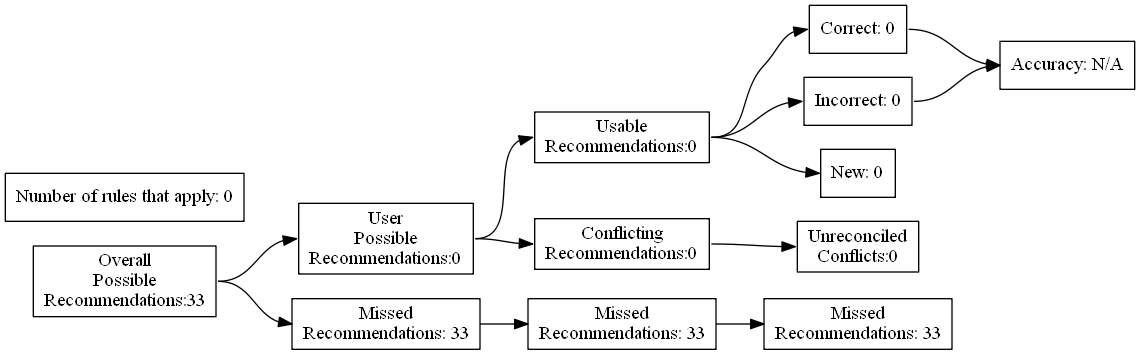
Above: test_renders/21.gv.png in ZaxR/ibd_diet_analysis (Graphviz), before the change. Its source is kept beside it as test_renders/21.gv.
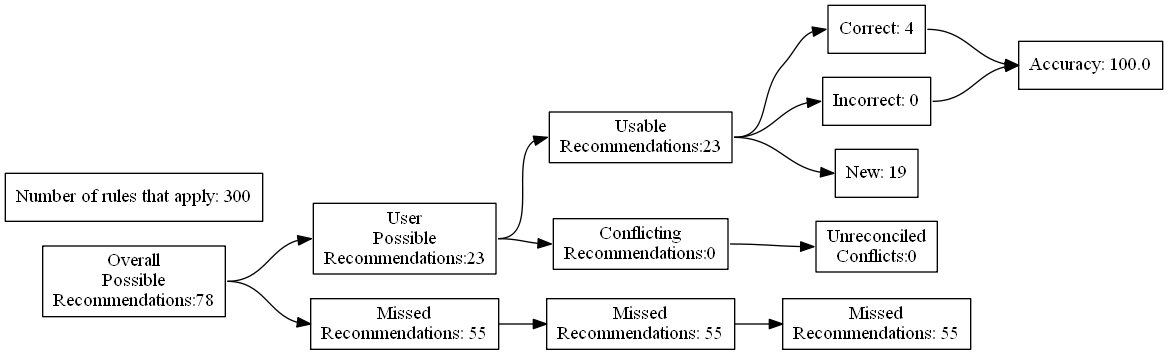
After the commit.

What changed in the source:
```diff
@@ -4,27 +4,27 @@
 	edge [headport=w tailport=e]
 		A [label="Overall
 Possible
-Recommendations:33"]
+Recommendations:78"]
 		B [label="User
 Possible
-Recommendations:0"]
+Recommendations:23"]
 		C [label="Missed
-Recommendations: 33"]
+Recommendations: 55"]
 		D [label="Usable
-Recommendations:0"]
+Recommendations:23"]
 		E [label="Conflicting
 Recommendations:0"]
 		J [label="Missed
-Recommendations: 33"]
+Recommendations: 55"]
 		M [label="Unreconciled
 Conflicts:0"]
-		F [label="Correct: 0"]
+		F [label="Correct: 4"]
 		G [label="Incorrect: 0"]
-		H [label="New: 0"]
+		H [label="New: 19"]
 		K [label="Missed
-Recommendations: 33"]
-		I [label="Accuracy: N/A"]
-		l [label="Number of rules that apply: 0"]
+Recommendations: 55"]
+		I [label="Accuracy: 100.0"]
+		l [label="Number of rules that apply: 300"]
 			A -> B
 			A -> C
 			B -> D
```
